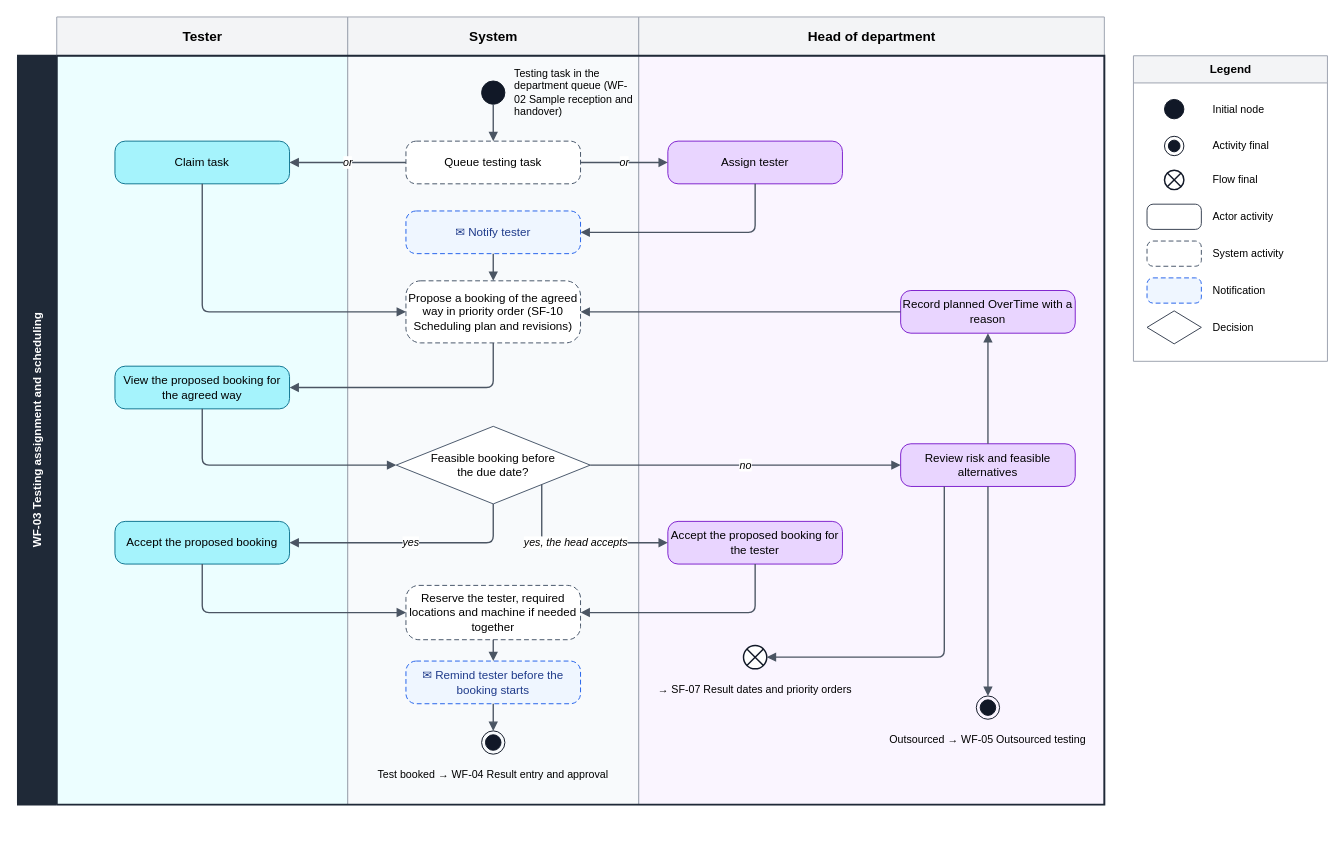
Before: page "WF-03 Workflow" (1 of 2) of docs/reports/activity-diagram/flows-work-of-tuyen/[Flow] WF-03 Testing assignment and scheduling.drawio in SoltuneMontepre/medilab, a draw.io diagram. Source tidied: cells renumbered, new cells numbered last; positions are measured from the earlier drawing's top-left corner, leaving out a move shared by most shapes. Both pictures are drawn from the tidied source at 97%, with x=0, y=0 at pixel (17, 16).
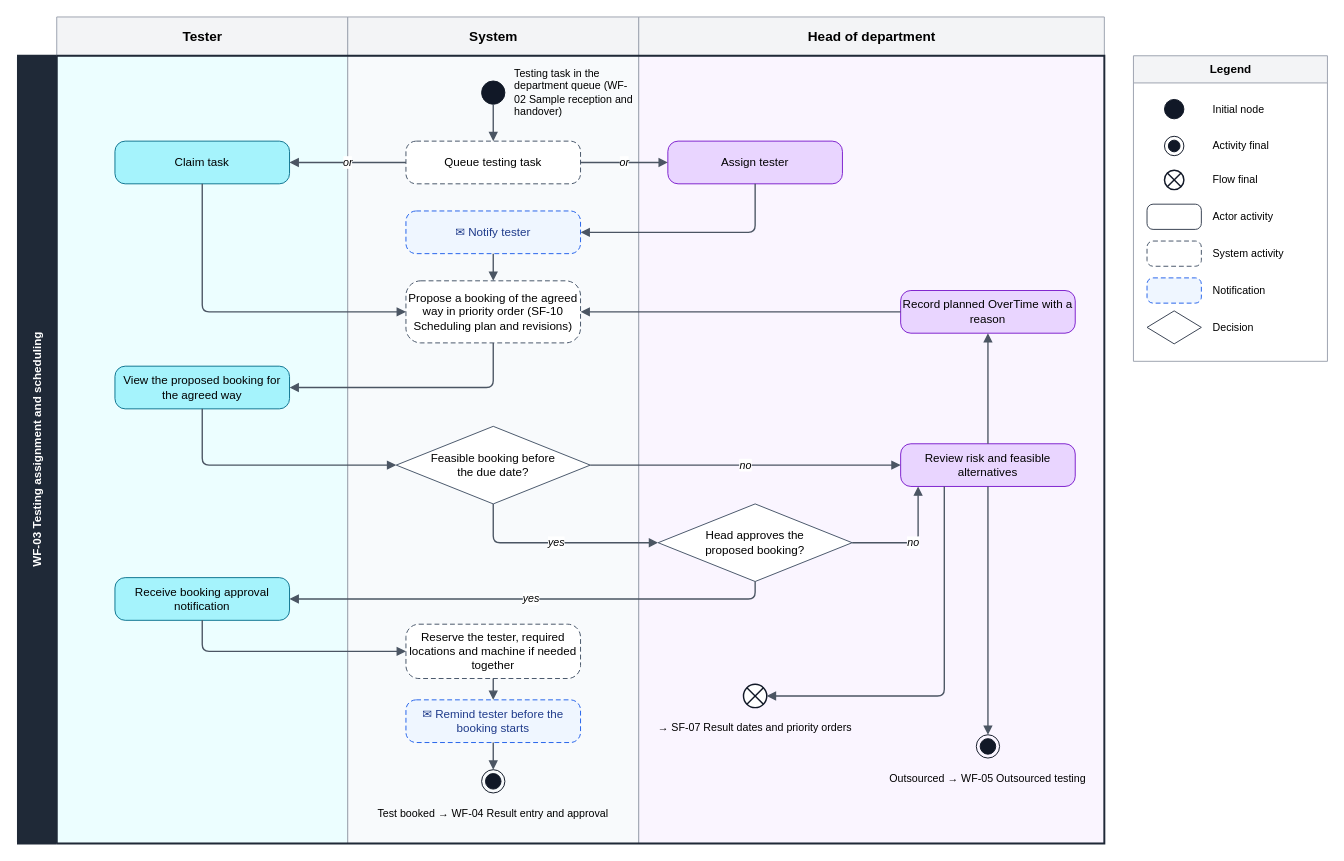
After the change.

Commit message:
[docs] Split the WF-03 booking decision into feasibility and head approval

The change refers to these unchanged cells:
```xml
<mxCell id="13" value="Feasible booking before the due date?" style="rhombus;whiteSpace=wrap;html=1;fontSize=12;fillColor=#FFFFFF;strokeColor=#475569;spacingLeft=34;spacingRight=34;" parent="1" vertex="1">
  <mxGeometry x="390" y="422" width="200" height="80" as="geometry" />
</mxCell>
<mxCell id="15" value="Review risk and feasible alternatives" style="rounded=1;arcSize=24;whiteSpace=wrap;html=1;fontSize=12;fillColor=#E9D5FF;strokeColor=#7E22CE;" parent="1" vertex="1">
  <mxGeometry x="910" y="440" width="180" height="44" as="geometry" />
</mxCell>
```

What changed in the source:
```diff
@@
     <mxCell id="2" value="Tester" style="swimlane;startSize=40;fillColor=#F3F4F6;swimlaneFillColor=#ECFEFF;strokeColor=#9CA3AF;fontStyle=1;fontSize=14;html=1;" parent="1" vertex="1">
-      <mxGeometry x="40" width="300" height="812" as="geometry" />
+      <mxGeometry x="40" width="300" height="852" as="geometry" />
     </mxCell>
     <mxCell id="3" value="System" style="swimlane;startSize=40;fillColor=#F3F4F6;swimlaneFillColor=#F8FAFC;strokeColor=#9CA3AF;fontStyle=1;fontSize=14;html=1;" parent="1" vertex="1">
-      <mxGeometry x="340" width="300" height="812" as="geometry" />
+      <mxGeometry x="340" width="300" height="852" as="geometry" />
     </mxCell>
     <mxCell id="4" value="Head of department" style="swimlane;startSize=40;fillColor=#F3F4F6;swimlaneFillColor=#FAF5FF;strokeColor=#9CA3AF;fontStyle=1;fontSize=14;html=1;" parent="1" vertex="1">
-      <mxGeometry x="640" width="480" height="812" as="geometry" />
+      <mxGeometry x="640" width="480" height="852" as="geometry" />
     </mxCell>
@@
-    <mxCell id="14" value="Accept the proposed booking" style="rounded=1;arcSize=24;whiteSpace=wrap;html=1;fontSize=12;fillColor=#A5F3FC;strokeColor=#0E7490;" parent="1" vertex="1">
-      <mxGeometry x="100" y="520" width="180" height="44" as="geometry" />
+    <mxCell id="14" value="Receive booking approval notification" style="rounded=1;arcSize=24;whiteSpace=wrap;html=1;fontSize=12;fillColor=#A5F3FC;strokeColor=#0E7490;" parent="1" vertex="1">
+      <mxGeometry x="100" y="578" width="180" height="44" as="geometry" />
     </mxCell>
@@
-    <mxCell id="16" value="Accept the proposed booking for the tester" style="rounded=1;arcSize=24;whiteSpace=wrap;html=1;fontSize=12;fillColor=#E9D5FF;strokeColor=#7E22CE;" parent="1" vertex="1">
-      <mxGeometry x="670" y="520" width="180" height="44" as="geometry" />
-    </mxCell>
+    <mxCell id="61" value="Head approves the proposed booking?" style="rhombus;whiteSpace=wrap;html=1;fontSize=12;fillColor=#FFFFFF;strokeColor=#475569;spacingLeft=34;spacingRight=34;" parent="1" vertex="1">
+      <mxGeometry x="660" y="502" width="200" height="80" as="geometry" />
+    </mxCell>
@@
     <mxCell id="18" style="shape=endState;html=1;fillColor=#111827;strokeColor=#111827;" parent="1" vertex="1">
-      <mxGeometry x="988" y="700" width="24" height="24" as="geometry" />
+      <mxGeometry x="988" y="740" width="24" height="24" as="geometry" />
     </mxCell>
     <mxCell id="19" value="Outsourced → WF-05 Outsourced testing" style="text;html=1;whiteSpace=wrap;fontSize=11;verticalAlign=middle;align=center;" parent="1" vertex="1">
-      <mxGeometry x="885" y="731" width="230" height="28" as="geometry" />
+      <mxGeometry x="885" y="771" width="230" height="28" as="geometry" />
     </mxCell>
     <mxCell id="20" style="shape=sumEllipse;perimeter=ellipsePerimeter;html=1;fillColor=#FFFFFF;strokeColor=#111827;strokeWidth=1.5;" parent="1" vertex="1">
-      <mxGeometry x="748" y="648" width="24" height="24" as="geometry" />
+      <mxGeometry x="748" y="688" width="24" height="24" as="geometry" />
     </mxCell>
     <mxCell id="21" value="→ SF-07 Result dates and priority orders" style="text;html=1;whiteSpace=wrap;fontSize=11;verticalAlign=middle;align=center;" parent="1" vertex="1">
-      <mxGeometry x="645" y="679" width="230" height="28" as="geometry" />
+      <mxGeometry x="645" y="719" width="230" height="28" as="geometry" />
     </mxCell>
     <mxCell id="22" value="Reserve the tester, required locations and machine if needed together" style="rounded=1;arcSize=24;dashed=1;dashPattern=5 3;whiteSpace=wrap;html=1;fontSize=12;fillColor=#FFFFFF;strokeColor=#475569;" parent="1" vertex="1">
-      <mxGeometry x="400" y="586" width="180" height="56" as="geometry" />
+      <mxGeometry x="400" y="626" width="180" height="56" as="geometry" />
     </mxCell>
     <mxCell id="23" value="✉ Remind tester before the booking starts" style="rounded=1;arcSize=24;dashed=1;dashPattern=5 3;whiteSpace=wrap;html=1;fontSize=12;fillColor=#EFF6FF;strokeColor=#2563EB;fontColor=#1E3A8A;" parent="1" vertex="1">
-      <mxGeometry x="400" y="664" width="180" height="44" as="geometry" />
+      <mxGeometry x="400" y="704" width="180" height="44" as="geometry" />
     </mxCell>
     <mxCell id="24" style="shape=endState;html=1;fillColor=#111827;strokeColor=#111827;" parent="1" vertex="1">
-      <mxGeometry x="478" y="736" width="24" height="24" as="geometry" />
+      <mxGeometry x="478" y="776" width="24" height="24" as="geometry" />
     </mxCell>
     <mxCell id="25" value="Test booked → WF-04 Result entry and approval" style="text;html=1;whiteSpace=wrap;fontSize=11;verticalAlign=middle;align=center;" parent="1" vertex="1">
-      <mxGeometry x="365" y="767" width="250" height="28" as="geometry" />
+      <mxGeometry x="365" y="807" width="250" height="28" as="geometry" />
     </mxCell>
@@
-    <mxCell id="34" value="yes" style="edgeStyle=orthogonalEdgeStyle;rounded=1;arcSize=14;strokeColor=#4B5563;strokeWidth=1.4;endArrow=block;endFill=1;endSize=6;fontSize=11;fontStyle=2;labelBackgroundColor=#ffffff;jumpStyle=arc;jumpSize=8;html=1;exitX=0.5;exitY=1;exitDx=0;exitDy=0;entryX=1;entryY=0.5;entryDx=0;entryDy=0;" parent="1" edge="1" source="13" target="14">
+    <mxCell id="34" value="yes" style="edgeStyle=orthogonalEdgeStyle;rounded=1;arcSize=14;strokeColor=#4B5563;strokeWidth=1.4;endArrow=block;endFill=1;endSize=6;fontSize=11;fontStyle=2;labelBackgroundColor=#ffffff;jumpStyle=arc;jumpSize=8;html=1;exitX=0.5;exitY=1;exitDx=0;exitDy=0;entryX=0;entryY=0.5;entryDx=0;entryDy=0;" parent="1" edge="1" source="13" target="61">
       <mxGeometry relative="1" as="geometry">
         <Array as="points">
           <mxPoint x="490" y="542" />
         </Array>
       </mxGeometry>
     </mxCell>
-    <mxCell id="35" value="yes, the head accepts" style="edgeStyle=orthogonalEdgeStyle;rounded=1;arcSize=14;strokeColor=#4B5563;strokeWidth=1.4;endArrow=block;endFill=1;endSize=6;fontSize=11;fontStyle=2;labelBackgroundColor=#ffffff;jumpStyle=arc;jumpSize=8;html=1;exitX=0.75;exitY=0.75;exitDx=0;exitDy=0;entryX=0;entryY=0.5;entryDx=0;entryDy=0;" parent="1" edge="1" source="13" target="16">
+    <mxCell id="35" value="yes" style="edgeStyle=orthogonalEdgeStyle;rounded=1;arcSize=14;strokeColor=#4B5563;strokeWidth=1.4;endArrow=block;endFill=1;endSize=6;fontSize=11;fontStyle=2;labelBackgroundColor=#ffffff;jumpStyle=arc;jumpSize=8;html=1;exitX=0.5;exitY=1;exitDx=0;exitDy=0;entryX=1;entryY=0.5;entryDx=0;entryDy=0;" parent="1" edge="1" source="61" target="14">
       <mxGeometry relative="1" as="geometry">
         <Array as="points">
-          <mxPoint x="540" y="542" />
+          <mxPoint x="760" y="600" />
         </Array>
       </mxGeometry>
     </mxCell>
@@
     <mxCell id="40" style="edgeStyle=orthogonalEdgeStyle;rounded=1;arcSize=14;strokeColor=#4B5563;strokeWidth=1.4;endArrow=block;endFill=1;endSize=6;fontSize=11;fontStyle=2;labelBackgroundColor=#ffffff;jumpStyle=arc;jumpSize=8;html=1;exitX=0.25;exitY=1;exitDx=0;exitDy=0;entryX=1;entryY=0.5;entryDx=0;entryDy=0;" parent="1" edge="1" source="15" target="20">
       <mxGeometry relative="1" as="geometry">
         <Array as="points">
-          <mxPoint x="955" y="660" />
+          <mxPoint x="955" y="700" />
         </Array>
       </mxGeometry>
     </mxCell>
     <mxCell id="41" style="edgeStyle=orthogonalEdgeStyle;rounded=1;arcSize=14;strokeColor=#4B5563;strokeWidth=1.4;endArrow=block;endFill=1;endSize=6;fontSize=11;fontStyle=2;labelBackgroundColor=#ffffff;jumpStyle=arc;jumpSize=8;html=1;exitX=0.5;exitY=1;exitDx=0;exitDy=0;entryX=0;entryY=0.5;entryDx=0;entryDy=0;" parent="1" edge="1" source="14" target="22">
       <mxGeometry relative="1" as="geometry">
         <Array as="points">
-          <mxPoint x="190" y="614" />
+          <mxPoint x="190" y="654" />
         </Array>
       </mxGeometry>
     </mxCell>
-    <mxCell id="42" style="edgeStyle=orthogonalEdgeStyle;rounded=1;arcSize=14;strokeColor=#4B5563;strokeWidth=1.4;endArrow=block;endFill=1;endSize=6;fontSize=11;fontStyle=2;labelBackgroundColor=#ffffff;jumpStyle=arc;jumpSize=8;html=1;exitX=0.5;exitY=1;exitDx=0;exitDy=0;entryX=1;entryY=0.5;entryDx=0;entryDy=0;" parent="1" edge="1" source="16" target="22">
+    <mxCell id="42" value="no" style="edgeStyle=orthogonalEdgeStyle;rounded=1;arcSize=14;strokeColor=#4B5563;strokeWidth=1.4;endArrow=block;endFill=1;endSize=6;fontSize=11;fontStyle=2;labelBackgroundColor=#ffffff;jumpStyle=arc;jumpSize=8;html=1;exitX=1;exitY=0.5;exitDx=0;exitDy=0;entryX=0.1;entryY=1;entryDx=0;entryDy=0;" parent="1" edge="1" source="61" target="15">
       <mxGeometry relative="1" as="geometry">
         <Array as="points">
-          <mxPoint x="760" y="614" />
+          <mxPoint x="928" y="542" />
         </Array>
       </mxGeometry>
     </mxCell>
@@
     <mxCell id="45" value="WF-03 Testing assignment and scheduling" style="swimlane;horizontal=0;startSize=40;fillColor=#1F2937;fontColor=#FFFFFF;swimlaneFillColor=none;strokeColor=#1F2937;strokeWidth=2;fontStyle=1;fontSize=12;whiteSpace=wrap;html=1;" parent="1" vertex="1">
-      <mxGeometry y="40" width="1120" height="772" as="geometry" />
+      <mxGeometry y="40" width="1120" height="812" as="geometry" />
     </mxCell>
```
